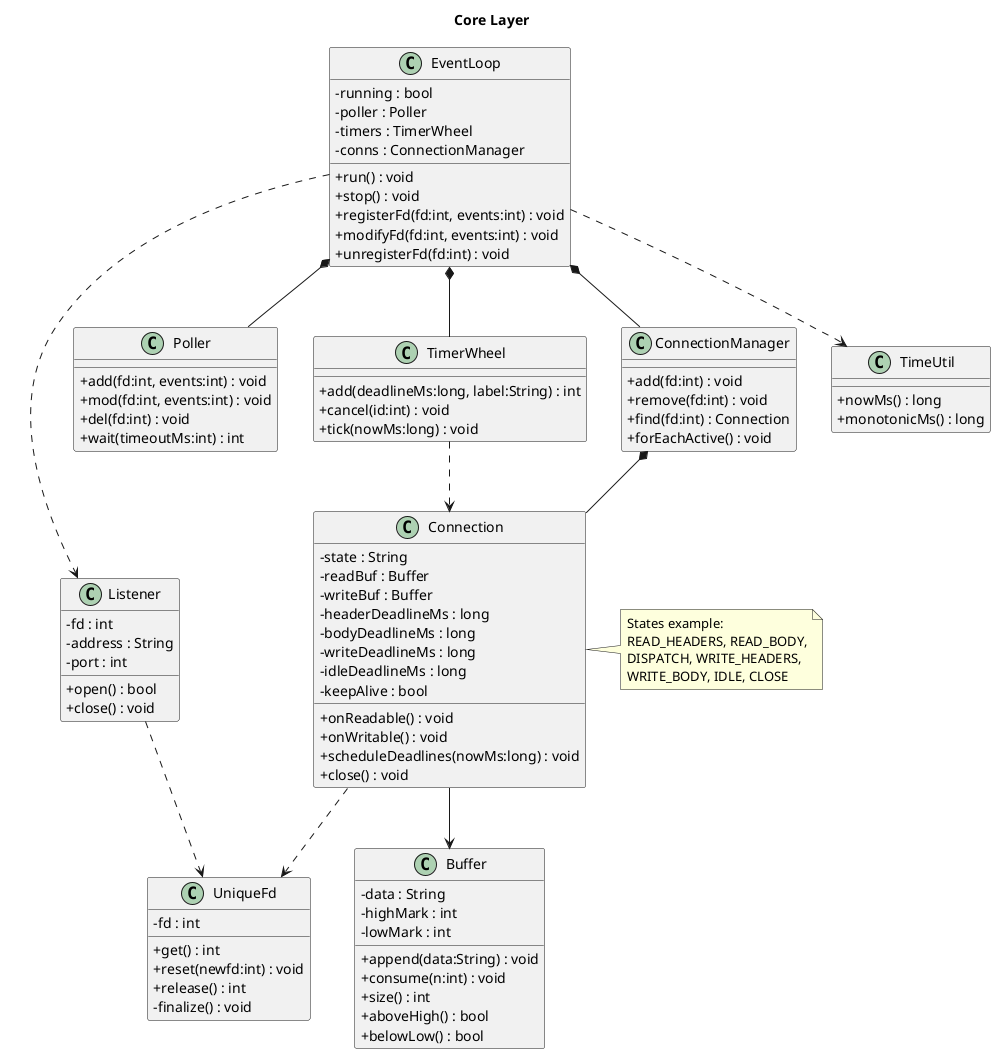
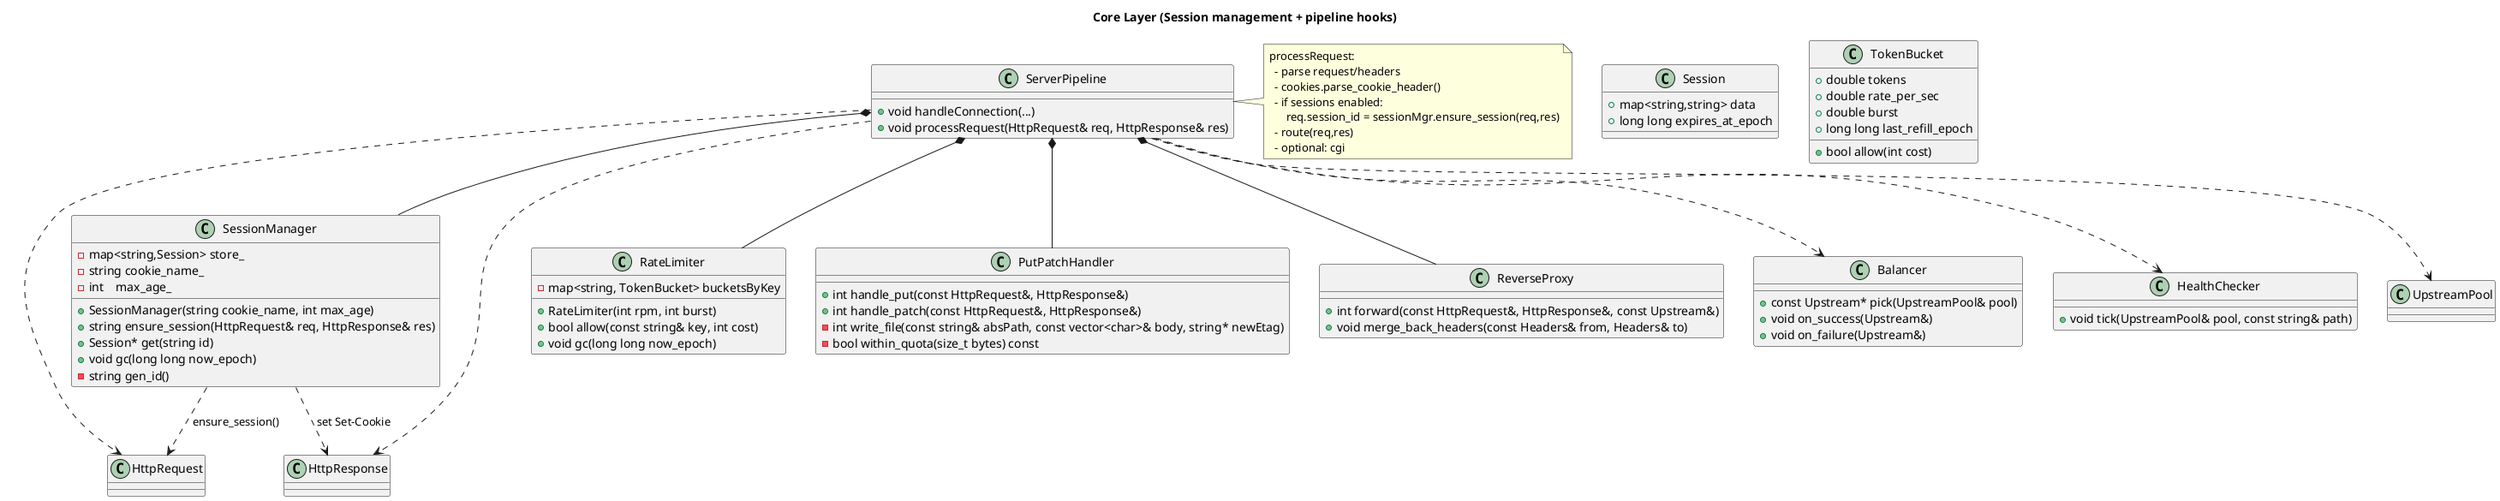
@startuml
- title Core Layer
- skinparam classAttributeIconSize 0
+ skinparam packageStyle rectangle
+ title Core Layer (Session management + pipeline hooks)

- class Listener {
-   - fd : int
-   - address : String
-   - port : int
-   + open() : bool
-   + close() : void
+ class Session {
+   +map<string,string> data
+   +long long expires_at_epoch
}

- class EventLoop {
-   - running : bool
-   - poller : Poller
-   - timers : TimerWheel
-   - conns : ConnectionManager
-   + run() : void
-   + stop() : void
-   + registerFd(fd:int, events:int) : void
-   + modifyFd(fd:int, events:int) : void
-   + unregisterFd(fd:int) : void
+ class SessionManager {
+   -map<string,Session> store_
+   -string cookie_name_
+   -int    max_age_
+   +SessionManager(string cookie_name, int max_age)
+   +string ensure_session(HttpRequest& req, HttpResponse& res)
+   +Session* get(string id)
+   +void gc(long long now_epoch)
+   -string gen_id()
}

- class Poller {
-   + add(fd:int, events:int) : void
-   + mod(fd:int, events:int) : void
-   + del(fd:int) : void
-   + wait(timeoutMs:int) : int
+ class ServerPipeline {
+   +void handleConnection(...)
+   +void processRequest(HttpRequest& req, HttpResponse& res)
}

- class TimerWheel {
-   + add(deadlineMs:long, label:String) : int
-   + cancel(id:int) : void
-   + tick(nowMs:long) : void
+ SessionManager ..> HttpRequest : ensure_session()
+ SessionManager ..> HttpResponse : set Set-Cookie
+ ServerPipeline *-- SessionManager
+ ServerPipeline ..> HttpRequest
+ ServerPipeline ..> HttpResponse
+ note right of ServerPipeline
+ processRequest:
+   - parse request/headers
+   - cookies.parse_cookie_header()
+   - if sessions enabled:
+       req.session_id = sessionMgr.ensure_session(req,res)
+   - route(req,res)
+   - optional: cgi
+ end note
+ 
+ ' === Add to Core UML ===
+ class TokenBucket {
+   +double tokens
+   +double rate_per_sec
+   +double burst
+   +long long last_refill_epoch
+   +bool allow(int cost)
}

- class ConnectionManager {
-   + add(fd:int) : void
-   + remove(fd:int) : void
-   + find(fd:int) : Connection
-   + forEachActive() : void
+ class RateLimiter {
+   -map<string, TokenBucket> bucketsByKey
+   +RateLimiter(int rpm, int burst)
+   +bool allow(const string& key, int cost)
+   +void gc(long long now_epoch)
}

- class Connection {
-   - state : String
-   - readBuf : Buffer
-   - writeBuf : Buffer
-   - headerDeadlineMs : long
-   - bodyDeadlineMs : long
-   - writeDeadlineMs : long
-   - idleDeadlineMs : long
-   - keepAlive : bool
-   + onReadable() : void
-   + onWritable() : void
-   + scheduleDeadlines(nowMs:long) : void
-   + close() : void
+ class PutPatchHandler {
+   +int handle_put(const HttpRequest&, HttpResponse&)
+   +int handle_patch(const HttpRequest&, HttpResponse&)
+   -int write_file(const string& absPath, const vector<char>& body, string* newEtag)
+   -bool within_quota(size_t bytes) const
}

- class Buffer {
-   - data : String
-   - highMark : int
-   - lowMark : int
-   + append(data:String) : void
-   + consume(n:int) : void
-   + size() : int
-   + aboveHigh() : bool
-   + belowLow() : bool
+ class ReverseProxy {
+   +int forward(const HttpRequest&, HttpResponse&, const Upstream&)
+   +void merge_back_headers(const Headers& from, Headers& to)
}

- class UniqueFd {
-   - fd : int
-   + get() : int
-   + reset(newfd:int) : void
-   + release() : int
-   - finalize() : void
+ class Balancer {
+   +const Upstream* pick(UpstreamPool& pool)
+   +void on_success(Upstream&)
+   +void on_failure(Upstream&)
}

- class TimeUtil {
-   + nowMs() : long
-   + monotonicMs() : long
+ class HealthChecker {
+   +void tick(UpstreamPool& pool, const string& path)
}

- EventLoop *-- Poller
- EventLoop *-- TimerWheel
- EventLoop *-- ConnectionManager
- ConnectionManager *-- Connection
- Connection --> Buffer
- Connection ..> UniqueFd
- TimerWheel ..> Connection
- EventLoop ..> TimeUtil
- Listener ..> UniqueFd
- EventLoop ..> Listener
- 
- note right of Connection
- States example:
- READ_HEADERS, READ_BODY,
- DISPATCH, WRITE_HEADERS,
- WRITE_BODY, IDLE, CLOSE
- end note
- 
+ ServerPipeline *-- RateLimiter
+ ServerPipeline *-- PutPatchHandler
+ ServerPipeline *-- ReverseProxy
+ ServerPipeline ..> Balancer
+ ServerPipeline ..> UpstreamPool
+ ServerPipeline ..> HealthChecker
@enduml
